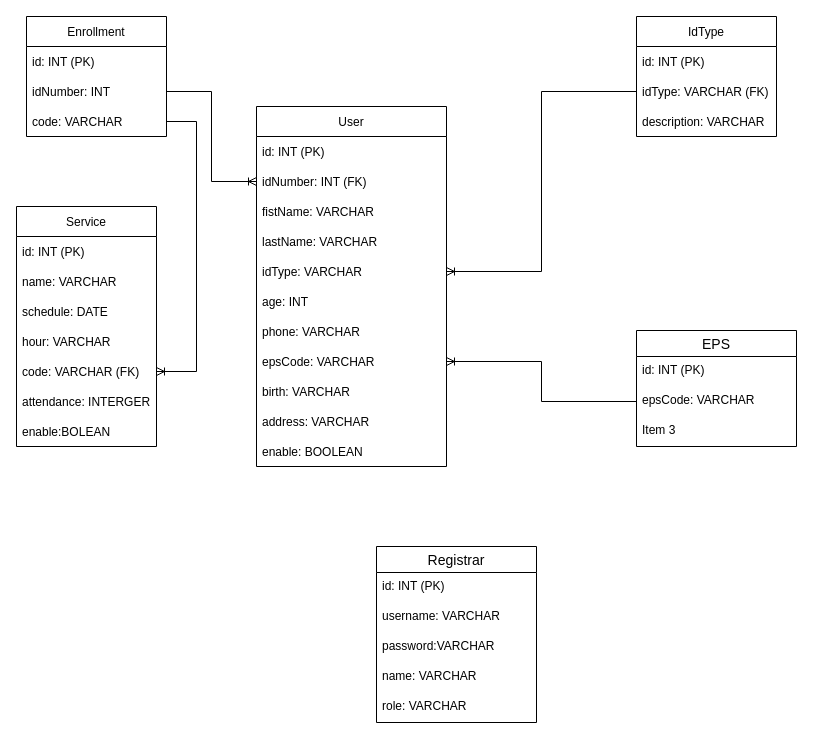
Before: documentation/database-model.drawio in AlbertDeHoz/Control-de-aforo-para-la-parroquia-St-Martin-De-Tour, a draw.io diagram. Source tidied: cells renumbered, new cells numbered last; positions are measured from the earlier drawing's top-left corner, leaving out a move shared by most shapes. Both pictures are drawn from the tidied source at 100%, with x=0, y=0 at pixel (16, 16).
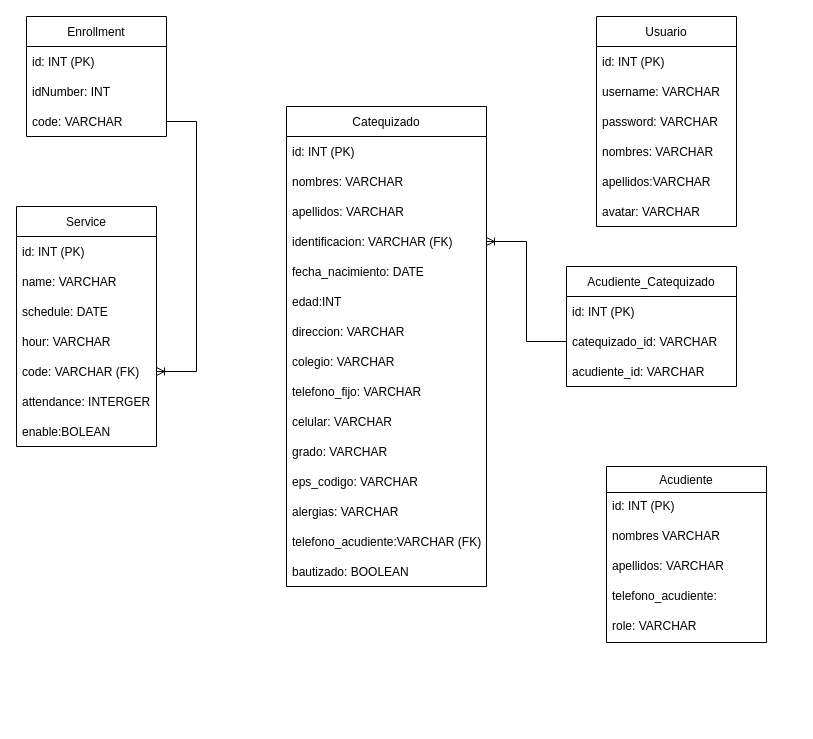
Above is the later version.

Commit message:
updating new database model

The change refers to these unchanged cells:
```xml
<mxCell id="38" value="idNumber: INT " style="text;strokeColor=none;fillColor=none;align=left;verticalAlign=middle;spacingLeft=4;spacingRight=4;overflow=hidden;points=[[0,0.5],[1,0.5]];portConstraint=eastwest;" parent="36" vertex="1">
  <mxGeometry y="60" width="140" height="30" as="geometry" />
</mxCell>
```

Change to the diagram source:
```diff
@@
-    <mxCell id="2" value="User" style="swimlane;fontStyle=0;horizontal=1;startSize=30;" parent="1" vertex="1">
-      <mxGeometry x="240" y="90" width="190" height="360" as="geometry" />
+    <mxCell id="2" value="Catequizado" style="swimlane;fontStyle=0;horizontal=1;startSize=30;" parent="1" vertex="1">
+      <mxGeometry x="270" y="90" width="200" height="480" as="geometry" />
     </mxCell>
     <mxCell id="3" value="id: INT (PK)" style="text;strokeColor=none;fillColor=none;align=left;verticalAlign=middle;spacingLeft=4;spacingRight=4;overflow=hidden;" parent="2" vertex="1">
-      <mxGeometry y="30" width="190" height="30" as="geometry" />
+      <mxGeometry y="30" width="200" height="30" as="geometry" />
     </mxCell>
-    <mxCell id="4" value="idNumber: INT (FK)" style="text;strokeColor=none;fillColor=none;align=left;verticalAlign=middle;spacingLeft=4;spacingRight=4;overflow=hidden;points=[[0,0.5],[1,0.5]];portConstraint=eastwest;" parent="2" vertex="1">
-      <mxGeometry y="60" width="190" height="30" as="geometry" />
-    </mxCell>
-    <mxCell id="5" value="fistName: VARCHAR               " style="text;strokeColor=none;fillColor=none;align=left;verticalAlign=middle;spacingLeft=4;spacingRight=4;overflow=hidden;" parent="2" vertex="1">
-      <mxGeometry y="90" width="190" height="30" as="geometry" />
+    <mxCell id="5" value="nombres: VARCHAR               " style="text;strokeColor=none;fillColor=none;align=left;verticalAlign=middle;spacingLeft=4;spacingRight=4;overflow=hidden;" parent="2" vertex="1">
+      <mxGeometry y="60" width="200" height="30" as="geometry" />
     </mxCell>
-    <mxCell id="6" value="lastName: VARCHAR" style="text;strokeColor=none;fillColor=none;align=left;verticalAlign=middle;spacingLeft=4;spacingRight=4;overflow=hidden;" parent="2" vertex="1">
-      <mxGeometry y="120" width="190" height="30" as="geometry" />
+    <mxCell id="6" value="apellidos: VARCHAR" style="text;strokeColor=none;fillColor=none;align=left;verticalAlign=middle;spacingLeft=4;spacingRight=4;overflow=hidden;" parent="2" vertex="1">
+      <mxGeometry y="90" width="200" height="30" as="geometry" />
     </mxCell>
-    <mxCell id="7" value="idType: VARCHAR" style="text;strokeColor=none;fillColor=none;align=left;verticalAlign=middle;spacingLeft=4;spacingRight=4;overflow=hidden;points=[[0,0.5],[1,0.5]];portConstraint=eastwest;" parent="2" vertex="1">
-      <mxGeometry y="150" width="190" height="30" as="geometry" />
-    </mxCell>
+    <mxCell id="4" value="identificacion: VARCHAR (FK)" style="text;strokeColor=none;fillColor=none;align=left;verticalAlign=middle;spacingLeft=4;spacingRight=4;overflow=hidden;points=[[0,0.5],[1,0.5]];portConstraint=eastwest;" parent="2" vertex="1">
+      <mxGeometry y="120" width="200" height="30" as="geometry" />
+    </mxCell>
+    <mxCell id="9" value="fecha_nacimiento: DATE" style="text;strokeColor=none;fillColor=none;align=left;verticalAlign=middle;spacingLeft=4;spacingRight=4;overflow=hidden;" parent="2" vertex="1">
+      <mxGeometry y="150" width="200" height="30" as="geometry" />
+    </mxCell>
-    <mxCell id="8" value="age: INT" style="text;strokeColor=none;fillColor=none;align=left;verticalAlign=middle;spacingLeft=4;spacingRight=4;overflow=hidden;" parent="2" vertex="1">
-      <mxGeometry y="180" width="190" height="30" as="geometry" />
+    <mxCell id="8" value="edad:INT" style="text;strokeColor=none;fillColor=none;align=left;verticalAlign=middle;spacingLeft=4;spacingRight=4;overflow=hidden;" parent="2" vertex="1">
+      <mxGeometry y="180" width="200" height="30" as="geometry" />
     </mxCell>
-    <mxCell id="9" value="phone: VARCHAR" style="text;strokeColor=none;fillColor=none;align=left;verticalAlign=middle;spacingLeft=4;spacingRight=4;overflow=hidden;" parent="2" vertex="1">
-      <mxGeometry y="210" width="190" height="30" as="geometry" />
-    </mxCell>
-    <mxCell id="10" value="epsCode: VARCHAR" style="text;strokeColor=none;fillColor=none;align=left;verticalAlign=middle;spacingLeft=4;spacingRight=4;overflow=hidden;points=[[0,0.5],[1,0.5]];portConstraint=eastwest;" parent="2" vertex="1">
-      <mxGeometry y="240" width="190" height="30" as="geometry" />
-    </mxCell>
-    <mxCell id="11" value="birth: VARCHAR" style="text;strokeColor=none;fillColor=none;align=left;verticalAlign=middle;spacingLeft=4;spacingRight=4;overflow=hidden;" parent="2" vertex="1">
-      <mxGeometry y="270" width="190" height="30" as="geometry" />
-    </mxCell>
+    <mxCell id="44" value="direccion: VARCHAR" style="text;strokeColor=none;fillColor=none;align=left;verticalAlign=middle;spacingLeft=4;spacingRight=4;overflow=hidden;" parent="2" vertex="1">
+      <mxGeometry y="210" width="200" height="30" as="geometry" />
+    </mxCell>
+    <mxCell id="45" value="colegio: VARCHAR" style="text;strokeColor=none;fillColor=none;align=left;verticalAlign=middle;spacingLeft=4;spacingRight=4;overflow=hidden;" parent="2" vertex="1">
+      <mxGeometry y="240" width="200" height="30" as="geometry" />
+    </mxCell>
-    <mxCell id="12" value="address: VARCHAR" style="text;strokeColor=none;fillColor=none;align=left;verticalAlign=middle;spacingLeft=4;spacingRight=4;overflow=hidden;" parent="2" vertex="1">
-      <mxGeometry y="300" width="190" height="30" as="geometry" />
+    <mxCell id="12" value="telefono_fijo: VARCHAR" style="text;strokeColor=none;fillColor=none;align=left;verticalAlign=middle;spacingLeft=4;spacingRight=4;overflow=hidden;" parent="2" vertex="1">
+      <mxGeometry y="270" width="200" height="30" as="geometry" />
     </mxCell>
-    <mxCell id="13" value="enable: BOOLEAN" style="text;strokeColor=none;fillColor=none;align=left;verticalAlign=middle;spacingLeft=4;spacingRight=4;overflow=hidden;" parent="2" vertex="1">
-      <mxGeometry y="330" width="190" height="30" as="geometry" />
+    <mxCell id="13" value="celular: VARCHAR" style="text;strokeColor=none;fillColor=none;align=left;verticalAlign=middle;spacingLeft=4;spacingRight=4;overflow=hidden;" parent="2" vertex="1">
+      <mxGeometry y="300" width="200" height="30" as="geometry" />
     </mxCell>
+    <mxCell id="46" value="grado: VARCHAR" style="text;strokeColor=none;fillColor=none;align=left;verticalAlign=middle;spacingLeft=4;spacingRight=4;overflow=hidden;" parent="2" vertex="1">
+      <mxGeometry y="330" width="200" height="30" as="geometry" />
+    </mxCell>
+    <mxCell id="10" value="eps_codigo: VARCHAR" style="text;strokeColor=none;fillColor=none;align=left;verticalAlign=middle;spacingLeft=4;spacingRight=4;overflow=hidden;points=[[0,0.5],[1,0.5]];portConstraint=eastwest;" parent="2" vertex="1">
+      <mxGeometry y="360" width="200" height="30" as="geometry" />
+    </mxCell>
+    <mxCell id="47" value="alergias: VARCHAR" style="text;strokeColor=none;fillColor=none;align=left;verticalAlign=middle;spacingLeft=4;spacingRight=4;overflow=hidden;" parent="2" vertex="1">
+      <mxGeometry y="390" width="200" height="30" as="geometry" />
+    </mxCell>
+    <mxCell id="48" value="telefono_acudiente:VARCHAR (FK)" style="text;strokeColor=none;fillColor=none;align=left;verticalAlign=middle;spacingLeft=4;spacingRight=4;overflow=hidden;" parent="2" vertex="1">
+      <mxGeometry y="420" width="200" height="30" as="geometry" />
+    </mxCell>
+    <mxCell id="49" value="bautizado: BOOLEAN" style="text;strokeColor=none;fillColor=none;align=left;verticalAlign=middle;spacingLeft=4;spacingRight=4;overflow=hidden;" parent="2" vertex="1">
+      <mxGeometry y="450" width="200" height="30" as="geometry" />
+    </mxCell>
@@
-    <mxCell id="22" value="IdType" style="swimlane;fontStyle=0;horizontal=1;startSize=30;" parent="1" vertex="1">
-      <mxGeometry x="620" width="140" height="120" as="geometry" />
-    </mxCell>
-    <mxCell id="23" value="id: INT (PK)" style="text;strokeColor=none;fillColor=none;align=left;verticalAlign=middle;spacingLeft=4;spacingRight=4;overflow=hidden;" parent="22" vertex="1">
-      <mxGeometry y="30" width="140" height="30" as="geometry" />
-    </mxCell>
-    <mxCell id="24" value="idType: VARCHAR (FK)" style="text;strokeColor=none;fillColor=none;align=left;verticalAlign=middle;spacingLeft=4;spacingRight=4;overflow=hidden;points=[[0,0.5],[1,0.5]];portConstraint=eastwest;" parent="22" vertex="1">
-      <mxGeometry y="60" width="140" height="30" as="geometry" />
-    </mxCell>
-    <mxCell id="25" value="description: VARCHAR" style="text;strokeColor=none;fillColor=none;align=left;verticalAlign=middle;spacingLeft=4;spacingRight=4;overflow=hidden;" parent="22" vertex="1">
-      <mxGeometry y="90" width="140" height="30" as="geometry" />
-    </mxCell>
-    <mxCell id="26" value="EPS" style="swimlane;fontStyle=0;horizontal=1;startSize=26;align=center;fontSize=14;" parent="1" vertex="1">
-      <mxGeometry x="620" y="314" width="160" height="116" as="geometry" />
-    </mxCell>
-    <mxCell id="27" value="id: INT (PK)" style="text;strokeColor=none;fillColor=none;spacingLeft=4;spacingRight=4;overflow=hidden;fontSize=12;" parent="26" vertex="1">
-      <mxGeometry y="26" width="160" height="30" as="geometry" />
-    </mxCell>
-    <mxCell id="28" value="epsCode: VARCHAR" style="text;strokeColor=none;fillColor=none;spacingLeft=4;spacingRight=4;overflow=hidden;points=[[0,0.5],[1,0.5]];portConstraint=eastwest;fontSize=12;" parent="26" vertex="1">
-      <mxGeometry y="56" width="160" height="30" as="geometry" />
-    </mxCell>
-    <mxCell id="29" value="Item 3" style="text;strokeColor=none;fillColor=none;spacingLeft=4;spacingRight=4;overflow=hidden;fontSize=12;" parent="26" vertex="1">
-      <mxGeometry y="86" width="160" height="30" as="geometry" />
-    </mxCell>
-    <mxCell id="30" value="Registrar" style="swimlane;fontStyle=0;horizontal=1;startSize=26;align=center;fontSize=14;" parent="1" vertex="1">
-      <mxGeometry x="360" y="530" width="160" height="176" as="geometry" />
+    <mxCell id="30" value="Acudiente" style="swimlane;fontStyle=0;horizontal=1;startSize=26;align=center;fontSize=12;" parent="1" vertex="1">
+      <mxGeometry x="590" y="450" width="160" height="176" as="geometry" />
     </mxCell>
@@
-    <mxCell id="32" value="username: VARCHAR" style="text;strokeColor=none;fillColor=none;spacingLeft=4;spacingRight=4;overflow=hidden;fontSize=12;" parent="30" vertex="1">
+    <mxCell id="32" value="nombres VARCHAR" style="text;strokeColor=none;fillColor=none;spacingLeft=4;spacingRight=4;overflow=hidden;fontSize=12;" parent="30" vertex="1">
       <mxGeometry y="56" width="160" height="30" as="geometry" />
     </mxCell>
-    <mxCell id="33" value="password:VARCHAR" style="text;strokeColor=none;fillColor=none;spacingLeft=4;spacingRight=4;overflow=hidden;fontSize=12;" parent="30" vertex="1">
+    <mxCell id="33" value="apellidos: VARCHAR" style="text;strokeColor=none;fillColor=none;spacingLeft=4;spacingRight=4;overflow=hidden;fontSize=12;" parent="30" vertex="1">
       <mxGeometry y="86" width="160" height="30" as="geometry" />
     </mxCell>
-    <mxCell id="34" value="name: VARCHAR" style="text;strokeColor=none;fillColor=none;spacingLeft=4;spacingRight=4;overflow=hidden;fontSize=12;" parent="30" vertex="1">
+    <mxCell id="34" value="telefono_acudiente:" style="text;strokeColor=none;fillColor=none;spacingLeft=4;spacingRight=4;overflow=hidden;fontSize=12;" parent="30" vertex="1">
       <mxGeometry y="116" width="160" height="30" as="geometry" />
     </mxCell>
@@
-    <mxCell id="40" style="edgeStyle=orthogonalEdgeStyle;fontSize=12;html=1;endArrow=ERoneToMany;rounded=0;exitX=1;exitY=0.5;exitDx=0;exitDy=0;entryX=0;entryY=0.5;entryDx=0;entryDy=0;" parent="1" edge="1" source="38" target="4">
-      <mxGeometry relative="1" as="geometry" />
-    </mxCell>
@@
-    <mxCell id="42" style="edgeStyle=orthogonalEdgeStyle;fontSize=12;html=1;endArrow=ERoneToMany;rounded=0;exitX=0;exitY=0.5;exitDx=0;exitDy=0;entryX=1;entryY=0.5;entryDx=0;entryDy=0;" parent="1" edge="1" source="24" target="7">
-      <mxGeometry relative="1" as="geometry" />
-    </mxCell>
-    <mxCell id="43" style="edgeStyle=orthogonalEdgeStyle;fontSize=12;html=1;endArrow=ERoneToMany;rounded=0;exitX=0;exitY=0.5;exitDx=0;exitDy=0;entryX=1;entryY=0.5;entryDx=0;entryDy=0;" parent="1" edge="1" source="28" target="10">
-      <mxGeometry relative="1" as="geometry" />
-    </mxCell>
+    <mxCell id="50" value="Usuario" style="swimlane;fontStyle=0;horizontal=1;startSize=30;" parent="1" vertex="1">
+      <mxGeometry x="580" width="140" height="210" as="geometry" />
+    </mxCell>
+    <mxCell id="23" value="id: INT (PK)" style="text;strokeColor=none;fillColor=none;align=left;verticalAlign=middle;spacingLeft=4;spacingRight=4;overflow=hidden;" parent="50" vertex="1">
+      <mxGeometry y="30" width="140" height="30" as="geometry" />
+    </mxCell>
+    <mxCell id="51" value="username: VARCHAR" style="text;strokeColor=none;fillColor=none;align=left;verticalAlign=middle;spacingLeft=4;spacingRight=4;overflow=hidden;" parent="50" vertex="1">
+      <mxGeometry y="60" width="140" height="30" as="geometry" />
+    </mxCell>
+    <mxCell id="52" value="password: VARCHAR" style="text;strokeColor=none;fillColor=none;align=left;verticalAlign=middle;spacingLeft=4;spacingRight=4;overflow=hidden;" parent="50" vertex="1">
+      <mxGeometry y="90" width="140" height="30" as="geometry" />
+    </mxCell>
+    <mxCell id="53" value="nombres: VARCHAR" style="text;strokeColor=none;fillColor=none;align=left;verticalAlign=middle;spacingLeft=4;spacingRight=4;overflow=hidden;" parent="50" vertex="1">
+      <mxGeometry y="120" width="140" height="30" as="geometry" />
+    </mxCell>
+    <mxCell id="54" value="apellidos:VARCHAR" style="text;strokeColor=none;fillColor=none;align=left;verticalAlign=middle;spacingLeft=4;spacingRight=4;overflow=hidden;" parent="50" vertex="1">
+      <mxGeometry y="150" width="140" height="30" as="geometry" />
+    </mxCell>
+    <mxCell id="55" value="avatar: VARCHAR" style="text;strokeColor=none;fillColor=none;align=left;verticalAlign=middle;spacingLeft=4;spacingRight=4;overflow=hidden;" parent="50" vertex="1">
+      <mxGeometry y="180" width="140" height="30" as="geometry" />
+    </mxCell>
+    <mxCell id="56" value="Acudiente_Catequizado" style="swimlane;fontStyle=0;horizontal=1;startSize=30;" parent="1" vertex="1">
+      <mxGeometry x="550" y="250" width="170" height="120" as="geometry" />
+    </mxCell>
+    <mxCell id="27" value="id: INT (PK)" style="text;strokeColor=none;fillColor=none;align=left;verticalAlign=middle;spacingLeft=4;spacingRight=4;overflow=hidden;" parent="56" vertex="1">
+      <mxGeometry y="30" width="170" height="30" as="geometry" />
+    </mxCell>
+    <mxCell id="57" value="catequizado_id: VARCHAR " style="text;strokeColor=none;fillColor=none;align=left;verticalAlign=middle;spacingLeft=4;spacingRight=4;overflow=hidden;points=[[0,0.5],[1,0.5]];portConstraint=eastwest;" parent="56" vertex="1">
+      <mxGeometry y="60" width="170" height="30" as="geometry" />
+    </mxCell>
+    <mxCell id="58" value="acudiente_id: VARCHAR " style="text;strokeColor=none;fillColor=none;align=left;verticalAlign=middle;spacingLeft=4;spacingRight=4;overflow=hidden;" parent="56" vertex="1">
+      <mxGeometry y="90" width="170" height="30" as="geometry" />
+    </mxCell>
+    <mxCell id="59" style="edgeStyle=orthogonalEdgeStyle;fontSize=12;html=1;endArrow=ERoneToMany;rounded=0;exitX=0;exitY=0.5;exitDx=0;exitDy=0;entryX=1;entryY=0.5;entryDx=0;entryDy=0;" parent="1" edge="1" source="57" target="4">
+      <mxGeometry relative="1" as="geometry">
+        <Array as="points">
+          <mxPoint x="510" y="325" />
+          <mxPoint x="510" y="225" />
+        </Array>
+      </mxGeometry>
+    </mxCell>
```
